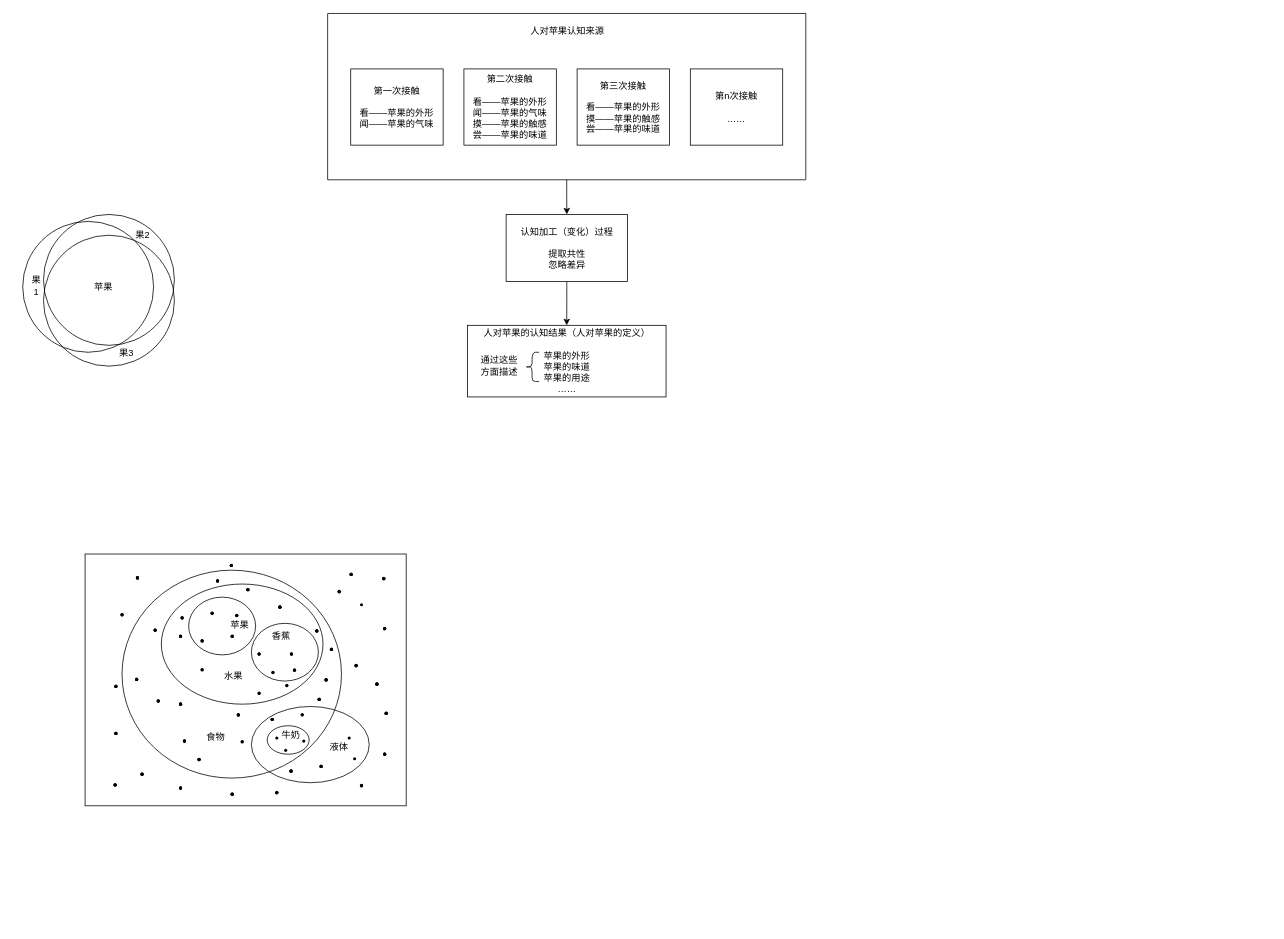
This is page "第 3 页" (3 of 3) of 大纲/节点图.drawio from foxii-cn/something-abstract, a draw.io file, before an edit. Source tidied: cells renumbered, new cells numbered last; positions are measured from the earlier drawing's top-left corner, leaving out a move shared by most shapes. Both pictures are drawn from the tidied source at 77%, with x=0, y=0 at pixel (13, 13).
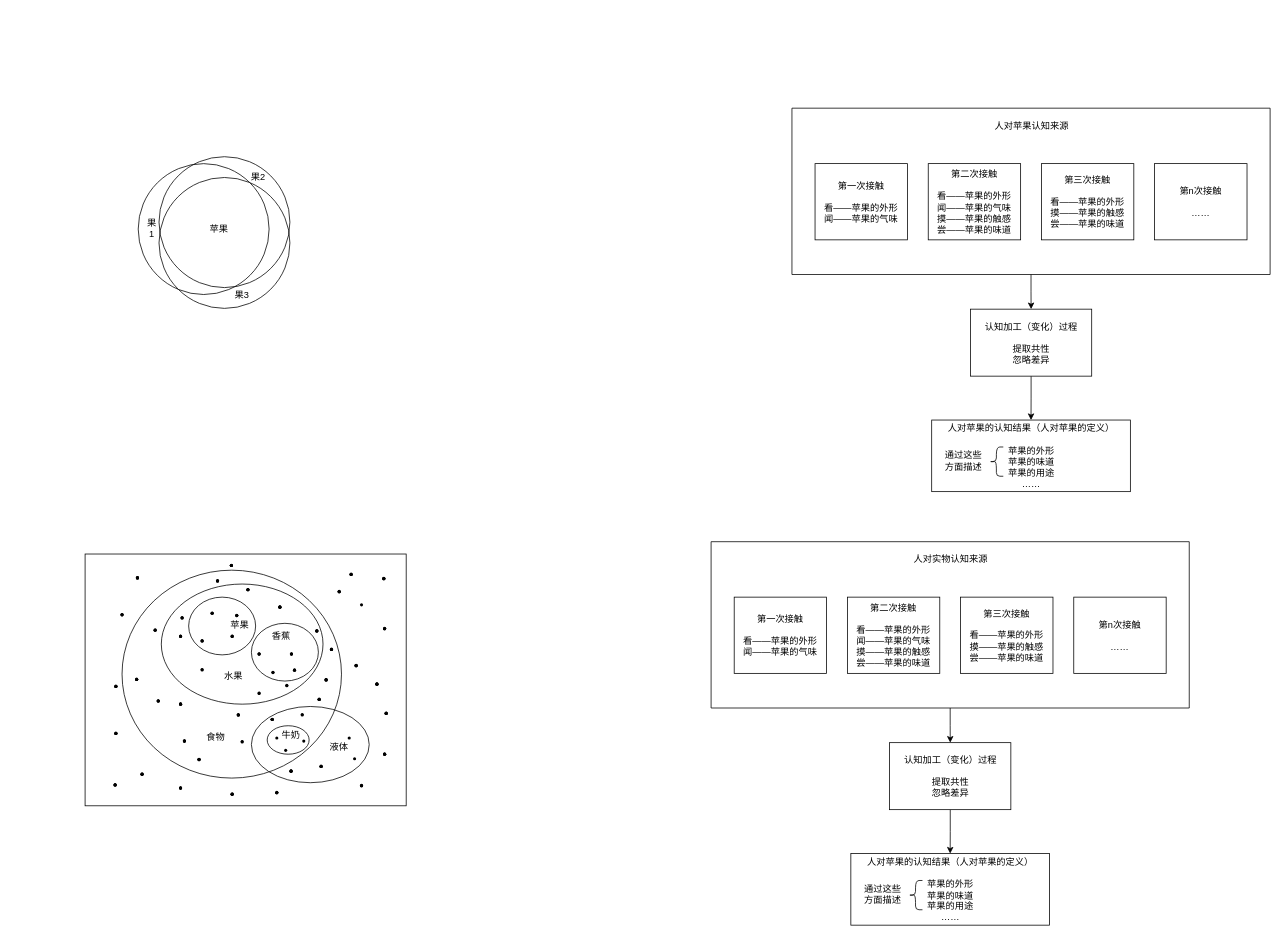
The same page after the edit.

Commit message (it also covers changes not shown here):
先写得随意点，后面再修

Diff of the diagram source:
```diff
@@
     <mxCell id="8" style="ellipse;whiteSpace=wrap;html=1;fillColor=none;shadow=0;" parent="1" vertex="1">
-      <mxGeometry x="12" y="270" width="170" height="170" as="geometry" />
+      <mxGeometry x="162" y="195" width="170" height="170" as="geometry" />
     </mxCell>
     <mxCell id="9" style="ellipse;whiteSpace=wrap;html=1;fillColor=none;shadow=0;" parent="1" vertex="1">
-      <mxGeometry x="39" y="261" width="170" height="170" as="geometry" />
+      <mxGeometry x="189" y="186" width="170" height="170" as="geometry" />
     </mxCell>
     <mxCell id="10" style="ellipse;whiteSpace=wrap;html=1;fillColor=none;shadow=0;" parent="1" vertex="1">
-      <mxGeometry x="39" y="288" width="170" height="170" as="geometry" />
+      <mxGeometry x="189" y="213" width="170" height="170" as="geometry" />
     </mxCell>
     <mxCell id="11" value="苹果" style="text;html=1;strokeColor=none;fillColor=none;align=center;verticalAlign=middle;whiteSpace=wrap;rounded=0;shadow=0;" parent="1" vertex="1">
-      <mxGeometry x="87" y="340" width="60" height="30" as="geometry" />
+      <mxGeometry x="237" y="265" width="60" height="30" as="geometry" />
     </mxCell>
     <mxCell id="12" value="果&lt;br&gt;1" style="text;html=1;strokeColor=none;fillColor=none;align=center;verticalAlign=middle;whiteSpace=wrap;rounded=0;shadow=0;" parent="1" vertex="1">
-      <mxGeometry y="339" width="60" height="30" as="geometry" />
+      <mxGeometry x="150" y="264" width="60" height="30" as="geometry" />
     </mxCell>
     <mxCell id="13" value="果2" style="text;html=1;strokeColor=none;fillColor=none;align=center;verticalAlign=middle;whiteSpace=wrap;rounded=0;shadow=0;" parent="1" vertex="1">
-      <mxGeometry x="138" y="273" width="60" height="30" as="geometry" />
+      <mxGeometry x="288" y="198" width="60" height="30" as="geometry" />
     </mxCell>
     <mxCell id="14" value="果3" style="text;html=1;strokeColor=none;fillColor=none;align=center;verticalAlign=middle;whiteSpace=wrap;rounded=0;shadow=0;" parent="1" vertex="1">
-      <mxGeometry x="117" y="426" width="60" height="30" as="geometry" />
+      <mxGeometry x="267" y="351" width="60" height="30" as="geometry" />
     </mxCell>
@@
     <mxCell id="17" value="认知加工（变化）过程&lt;br&gt;&lt;br&gt;提取共性&lt;br&gt;忽略差异" style="rounded=0;whiteSpace=wrap;html=1;" parent="1" vertex="1">
-      <mxGeometry x="639.8" y="261" width="157.5" height="87" as="geometry" />
+      <mxGeometry x="1242.8" y="384" width="157.5" height="87" as="geometry" />
     </mxCell>
     <mxCell id="18" value="人对苹果的认知结果（人对苹果的定义）&lt;br&gt;&lt;br&gt;苹果的外形&lt;br&gt;苹果的味道&lt;br&gt;苹果的用途&lt;br&gt;……" style="rounded=0;whiteSpace=wrap;html=1;" parent="1" vertex="1">
-      <mxGeometry x="589.5" y="405" width="258" height="93" as="geometry" />
+      <mxGeometry x="1192.5" y="528" width="258" height="93" as="geometry" />
     </mxCell>
     <mxCell id="19" style="shape=curlyBracket;whiteSpace=wrap;html=1;rounded=1;labelPosition=left;verticalLabelPosition=middle;align=right;verticalAlign=middle;" parent="1" vertex="1">
-      <mxGeometry x="664.5" y="440" width="18" height="38" as="geometry" />
+      <mxGeometry x="1267.5" y="563" width="18" height="38" as="geometry" />
     </mxCell>
     <mxCell id="20" value="通过这些方面描述" style="text;html=1;strokeColor=none;fillColor=none;align=center;verticalAlign=middle;whiteSpace=wrap;rounded=0;" parent="1" vertex="1">
-      <mxGeometry x="600.5" y="443" width="60" height="30" as="geometry" />
+      <mxGeometry x="1203.5" y="566" width="60" height="30" as="geometry" />
     </mxCell>
     <mxCell id="21" style="swimlane;startSize=0;" parent="1" vertex="1">
-      <mxGeometry x="408" width="621" height="216" as="geometry" />
+      <mxGeometry x="1011" y="123" width="621" height="216" as="geometry" />
     </mxCell>
@@
+    <mxCell id="221" style="edgeStyle=orthogonalEdgeStyle;rounded=0;jettySize=auto;html=1;exitX=0.5;exitY=1;exitDx=0;exitDy=0;" parent="1" edge="1" source="227" target="223">
+      <mxGeometry relative="1" as="geometry" />
+    </mxCell>
+    <mxCell id="222" style="edgeStyle=orthogonalEdgeStyle;rounded=0;jettySize=auto;html=1;" parent="1" edge="1" source="223" target="224">
+      <mxGeometry relative="1" as="geometry" />
+    </mxCell>
+    <mxCell id="223" value="认知加工（变化）过程&lt;br&gt;&lt;br&gt;提取共性&lt;br&gt;忽略差异" style="rounded=0;whiteSpace=wrap;html=1;" parent="1" vertex="1">
+      <mxGeometry x="1137.8" y="947" width="157.5" height="87" as="geometry" />
+    </mxCell>
+    <mxCell id="224" value="人对苹果的认知结果（人对苹果的定义）&lt;br&gt;&lt;br&gt;苹果的外形&lt;br&gt;苹果的味道&lt;br&gt;苹果的用途&lt;br&gt;……" style="rounded=0;whiteSpace=wrap;html=1;" parent="1" vertex="1">
+      <mxGeometry x="1087.5" y="1091" width="258" height="93" as="geometry" />
+    </mxCell>
+    <mxCell id="225" style="shape=curlyBracket;whiteSpace=wrap;html=1;rounded=1;labelPosition=left;verticalLabelPosition=middle;align=right;verticalAlign=middle;" parent="1" vertex="1">
+      <mxGeometry x="1162.5" y="1126" width="18" height="38" as="geometry" />
+    </mxCell>
+    <mxCell id="226" value="通过这些方面描述" style="text;html=1;strokeColor=none;fillColor=none;align=center;verticalAlign=middle;whiteSpace=wrap;rounded=0;" parent="1" vertex="1">
+      <mxGeometry x="1098.5" y="1129" width="60" height="30" as="geometry" />
+    </mxCell>
+    <mxCell id="227" style="swimlane;startSize=0;" parent="1" vertex="1">
+      <mxGeometry x="906" y="686" width="621" height="216" as="geometry" />
+    </mxCell>
+    <mxCell id="228" value="人对实物认知来源" style="text;html=1;align=center;verticalAlign=middle;strokeColor=none;fillColor=none;" parent="227" vertex="1">
+      <mxGeometry x="253.5" y="9" width="114" height="27" as="geometry" />
+    </mxCell>
+    <mxCell id="229" value="第一次接触&lt;br&gt;&lt;br&gt;看——苹果的外形&lt;br&gt;闻——苹果的气味" style="rounded=0;whiteSpace=wrap;html=1;" parent="227" vertex="1">
+      <mxGeometry x="30" y="72" width="120" height="99" as="geometry" />
+    </mxCell>
+    <mxCell id="230" value="第二次接触&lt;br&gt;&lt;br&gt;看——苹果的外形&lt;br&gt;闻——苹果的气味&lt;br&gt;摸——苹果的触感&lt;br&gt;尝——苹果的味道" style="rounded=0;whiteSpace=wrap;html=1;" parent="227" vertex="1">
+      <mxGeometry x="177" y="72" width="120" height="99" as="geometry" />
+    </mxCell>
+    <mxCell id="231" value="第三次接触&lt;br&gt;&lt;br&gt;看——苹果的外形&lt;br&gt;摸——苹果的触感&lt;br&gt;尝——苹果的味道" style="rounded=0;whiteSpace=wrap;html=1;" parent="227" vertex="1">
+      <mxGeometry x="324" y="72" width="120" height="99" as="geometry" />
+    </mxCell>
+    <mxCell id="232" value="第n次接触&lt;br&gt;&lt;br&gt;……" style="rounded=0;whiteSpace=wrap;html=1;" parent="227" vertex="1">
+      <mxGeometry x="471" y="72" width="120" height="99" as="geometry" />
+    </mxCell>
```
